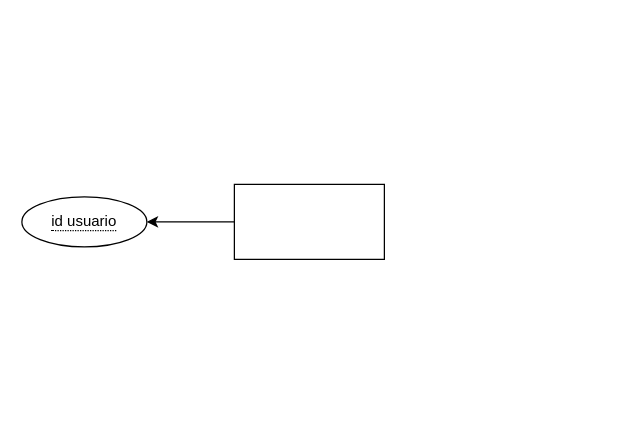
This is Diagrama sin título.drawio from SaulReyesrv/kodecamp, a draw.io file, before an edit. Source tidied: cells renumbered, new cells numbered last; positions are measured from the earlier drawing's top-left corner, leaving out a move shared by most shapes. Both pictures are drawn from the tidied source at 125%, with x=0, y=0 at pixel (21, 184).
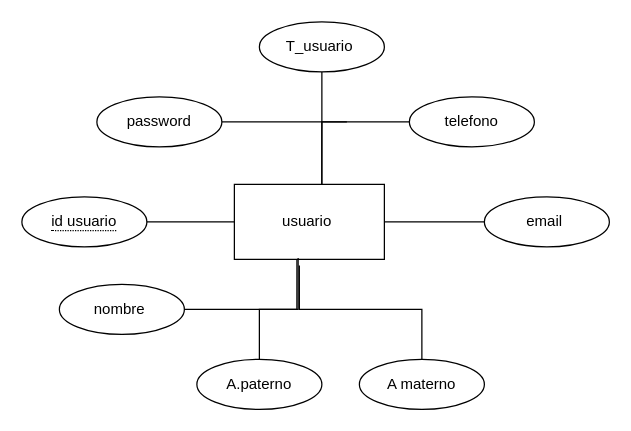
The same diagram, later.

Commit message:
entidad usuario

Unchanged cells that the change refers to:
```xml
<mxCell id="5" value="&lt;span style=&quot;border-bottom: 1px dotted&quot;&gt;id usuario&lt;/span&gt;" style="ellipse;whiteSpace=wrap;html=1;align=center;" parent="1" vertex="1">
  <mxGeometry y="10" width="100" height="40" as="geometry" />
</mxCell>
```

Diff of the diagram source:
```diff
@@
-    <mxCell id="2" style="edgeStyle=orthogonalEdgeStyle;rounded=0;jettySize=auto;html=1;entryX=1;entryY=0.5;entryDx=0;entryDy=0;" parent="1" edge="1" source="3" target="5">
+    <mxCell id="2" style="edgeStyle=orthogonalEdgeStyle;rounded=0;jettySize=auto;html=1;entryX=1;entryY=0.5;entryDx=0;entryDy=0;endArrow=none;endFill=0;" parent="1" edge="1" source="3" target="5">
       <mxGeometry relative="1" as="geometry" />
     </mxCell>
-    <mxCell id="3" style="rounded=0;whiteSpace=wrap;html=1;" parent="1" vertex="1">
+    <mxCell id="3" value="usuario&amp;nbsp;" style="rounded=0;whiteSpace=wrap;html=1;" parent="1" vertex="1">
       <mxGeometry x="170" width="120" height="60" as="geometry" />
     </mxCell>
@@
+    <mxCell id="6" style="edgeStyle=orthogonalEdgeStyle;rounded=0;jettySize=auto;html=1;entryX=0.425;entryY=0.983;entryDx=0;entryDy=0;entryPerimeter=0;startArrow=none;startFill=0;endArrow=none;endFill=0;" parent="1" edge="1" source="7" target="3">
+      <mxGeometry relative="1" as="geometry" />
+    </mxCell>
+    <mxCell id="7" value="nombre&amp;nbsp;" style="ellipse;whiteSpace=wrap;html=1;align=center;" parent="1" vertex="1">
+      <mxGeometry x="30" y="80" width="100" height="40" as="geometry" />
+    </mxCell>
+    <mxCell id="8" style="edgeStyle=orthogonalEdgeStyle;rounded=0;jettySize=auto;html=1;entryX=0.433;entryY=1.083;entryDx=0;entryDy=0;entryPerimeter=0;endArrow=none;endFill=0;" parent="1" edge="1" source="9" target="3">
+      <mxGeometry relative="1" as="geometry" />
+    </mxCell>
+    <mxCell id="9" value="A materno" style="ellipse;whiteSpace=wrap;html=1;align=center;" parent="1" vertex="1">
+      <mxGeometry x="270" y="140" width="100" height="40" as="geometry" />
+    </mxCell>
+    <mxCell id="10" style="edgeStyle=orthogonalEdgeStyle;rounded=0;jettySize=auto;html=1;entryX=1;entryY=0.5;entryDx=0;entryDy=0;endArrow=none;endFill=0;" parent="1" edge="1" source="11" target="3">
+      <mxGeometry relative="1" as="geometry" />
+    </mxCell>
+    <mxCell id="11" value="email&amp;nbsp;" style="ellipse;whiteSpace=wrap;html=1;align=center;" parent="1" vertex="1">
+      <mxGeometry x="370" y="10" width="100" height="40" as="geometry" />
+    </mxCell>
+    <mxCell id="12" style="edgeStyle=orthogonalEdgeStyle;rounded=0;jettySize=auto;html=1;entryX=0.417;entryY=1;entryDx=0;entryDy=0;entryPerimeter=0;startArrow=none;startFill=0;endArrow=none;endFill=0;" parent="1" edge="1" source="13" target="3">
+      <mxGeometry relative="1" as="geometry" />
+    </mxCell>
+    <mxCell id="13" value="A.paterno" style="ellipse;whiteSpace=wrap;html=1;align=center;" parent="1" vertex="1">
+      <mxGeometry x="140" y="140" width="100" height="40" as="geometry" />
+    </mxCell>
+    <mxCell id="14" style="edgeStyle=orthogonalEdgeStyle;rounded=0;jettySize=auto;html=1;entryX=0.583;entryY=0;entryDx=0;entryDy=0;entryPerimeter=0;endArrow=none;endFill=0;" parent="1" edge="1" source="15" target="3">
+      <mxGeometry relative="1" as="geometry" />
+    </mxCell>
+    <mxCell id="15" value="telefono" style="ellipse;whiteSpace=wrap;html=1;align=center;" parent="1" vertex="1">
+      <mxGeometry x="310" y="-70" width="100" height="40" as="geometry" />
+    </mxCell>
+    <mxCell id="16" style="edgeStyle=orthogonalEdgeStyle;rounded=0;jettySize=auto;html=1;endArrow=none;endFill=0;" parent="1" edge="1" source="17">
+      <mxGeometry relative="1" as="geometry">
+        <mxPoint x="260" y="-50" as="targetPoint" />
+      </mxGeometry>
+    </mxCell>
+    <mxCell id="17" value="password" style="ellipse;whiteSpace=wrap;html=1;align=center;" parent="1" vertex="1">
+      <mxGeometry x="60" y="-70" width="100" height="40" as="geometry" />
+    </mxCell>
+    <mxCell id="18" style="edgeStyle=orthogonalEdgeStyle;rounded=0;jettySize=auto;html=1;entryX=0.583;entryY=0;entryDx=0;entryDy=0;entryPerimeter=0;endArrow=none;endFill=0;" parent="1" edge="1" source="19" target="3">
+      <mxGeometry relative="1" as="geometry" />
+    </mxCell>
+    <mxCell id="19" value="T_usuario&amp;nbsp;" style="ellipse;whiteSpace=wrap;html=1;align=center;" parent="1" vertex="1">
+      <mxGeometry x="190" y="-130" width="100" height="40" as="geometry" />
+    </mxCell>
```
